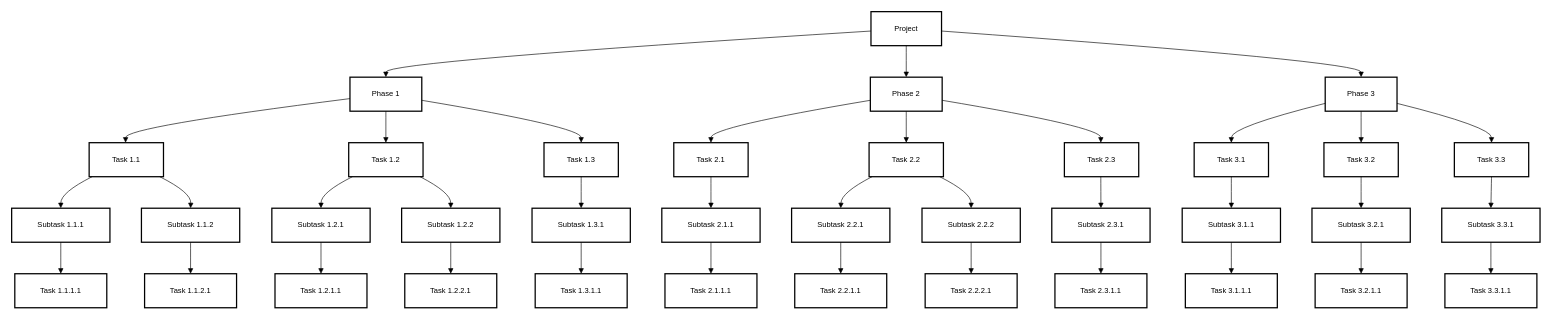
Earlier version of the draw.io diagram WBS.drawio (AniMB/Clock-radio). Source tidied: cells renumbered, new cells numbered last; positions are measured from the earlier drawing's top-left corner, leaving out a move shared by most shapes. Both pictures are drawn from the tidied source at 63%, with x=0, y=0 at pixel (11, 11).
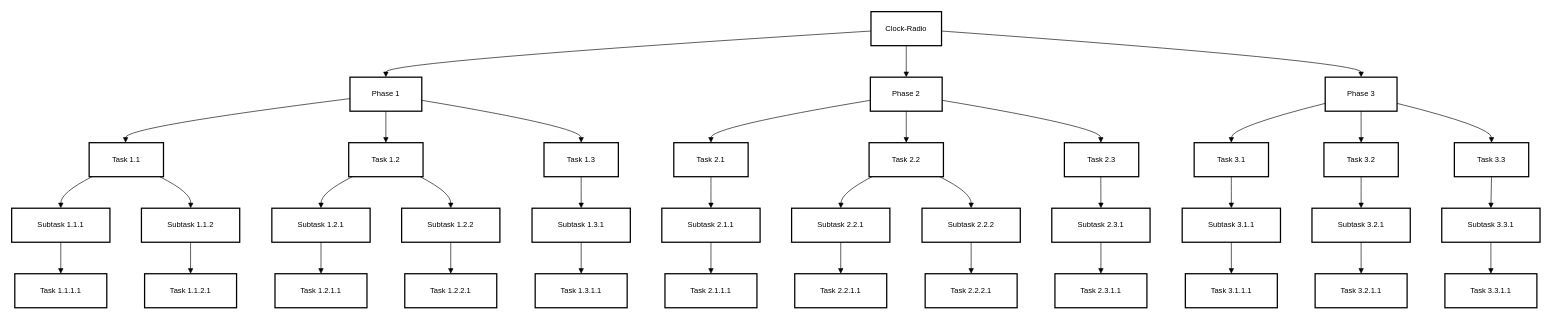
Above is the later version.

What changed in the source:
```diff
@@
-    <mxCell id="2" value="Project" style="whiteSpace=wrap;strokeWidth=2;" parent="1" vertex="1">
+    <mxCell id="2" value="Clock-Radio" style="whiteSpace=wrap;strokeWidth=2;" parent="1" vertex="1">
       <mxGeometry x="1364" width="112" height="54" as="geometry" />
     </mxCell>
```
